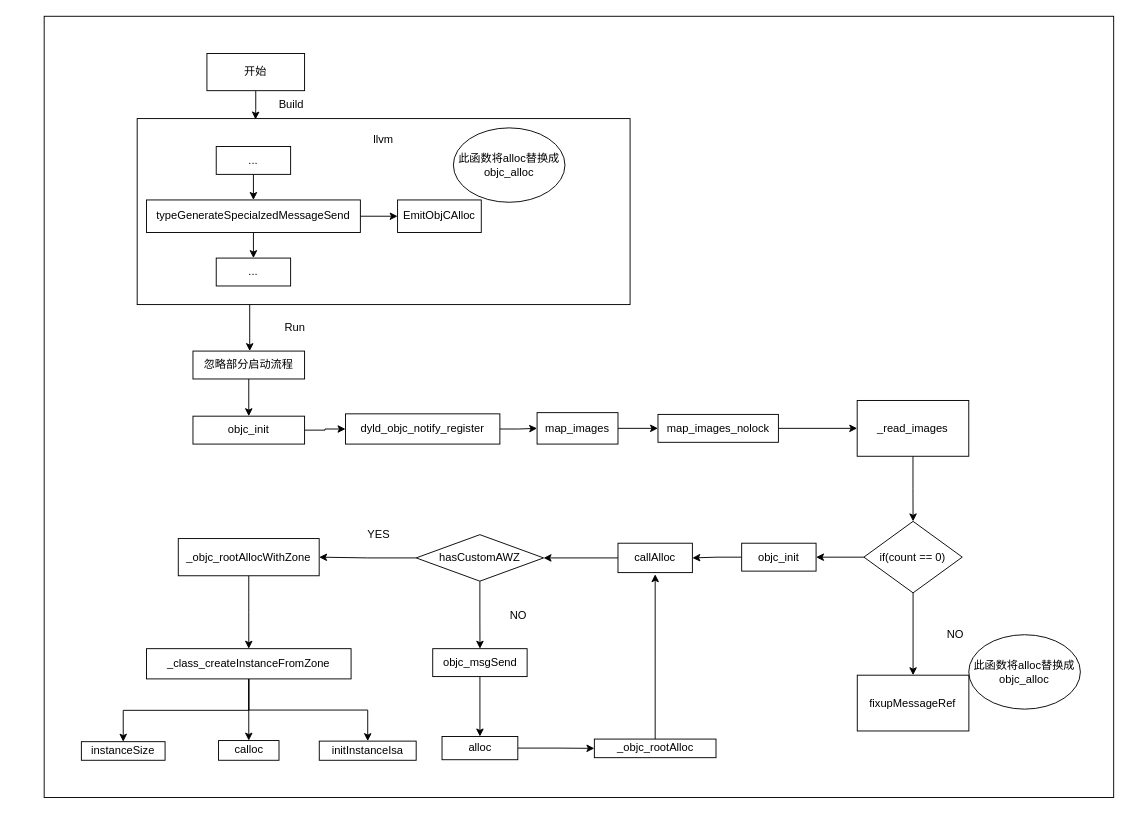
xianquan1/FlowChart keeps this draw.io diagram as Untitled Diagram.drawio. Above is the earlier version. Source tidied: cells renumbered, new cells numbered last; positions are measured from the earlier drawing's top-left corner, leaving out a move shared by most shapes. Both pictures are drawn from the tidied source at 93%, with x=0, y=0 at pixel (44, 16).
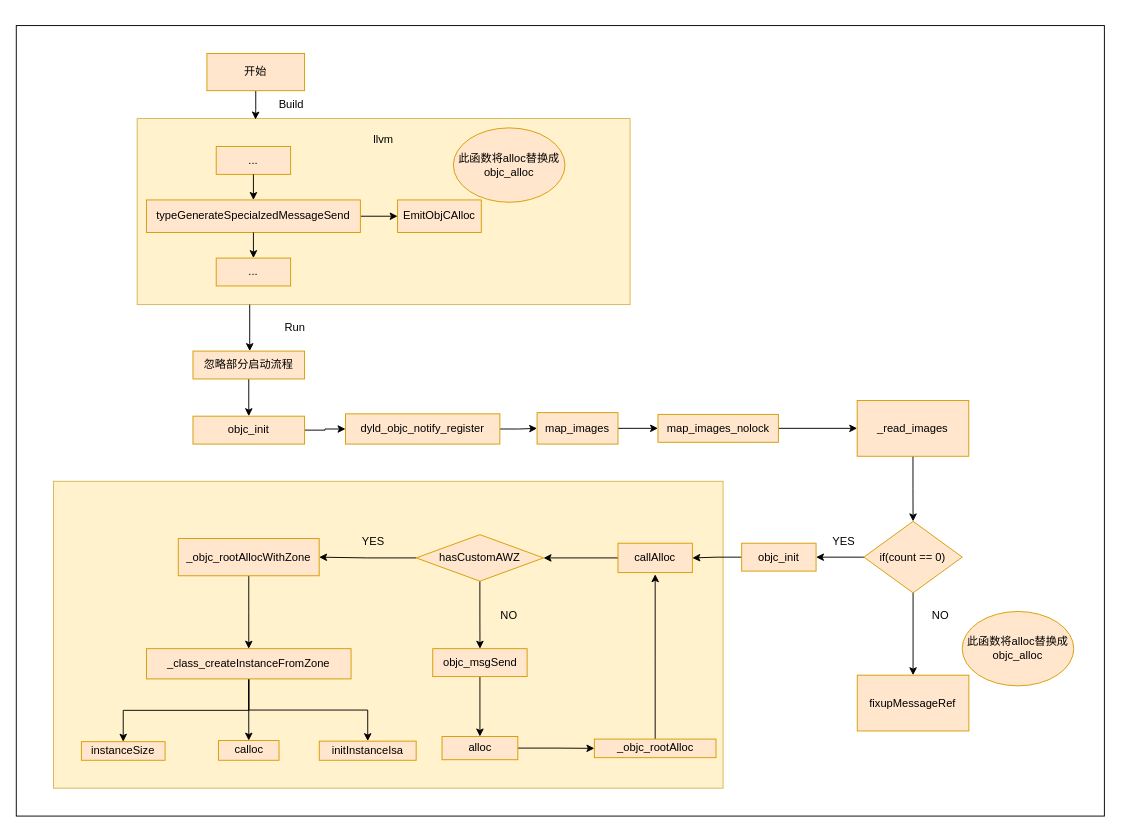
The same page after the edit.

Diff of the diagram source:
```diff
@@
-    <mxCell id="2" style="rounded=0;whiteSpace=wrap;html=1;" parent="1" vertex="1">
-      <mxGeometry width="1150" height="840" as="geometry" />
-    </mxCell>
+    <mxCell id="61" style="rounded=0;whiteSpace=wrap;html=1;" parent="1" vertex="1">
+      <mxGeometry x="-30" y="10" width="1170" height="850" as="geometry" />
+    </mxCell>
+    <mxCell id="62" style="rounded=0;whiteSpace=wrap;html=1;fillColor=#fff2cc;strokeColor=#d6b656;" parent="1" vertex="1">
+      <mxGeometry x="10" y="500" width="720" height="330" as="geometry" />
+    </mxCell>
-    <mxCell id="3" style="rounded=0;whiteSpace=wrap;html=1;" parent="1" vertex="1">
+    <mxCell id="3" style="rounded=0;whiteSpace=wrap;html=1;fillColor=#fff2cc;strokeColor=#d6b656;" parent="1" vertex="1">
       <mxGeometry x="100" y="110" width="530" height="200" as="geometry" />
     </mxCell>
-    <mxCell id="4" value="EmitObjCAlloc" style="rounded=0;whiteSpace=wrap;html=1;" parent="1" vertex="1">
+    <mxCell id="4" value="EmitObjCAlloc" style="rounded=0;whiteSpace=wrap;html=1;fillColor=#ffe6cc;strokeColor=#d79b00;" parent="1" vertex="1">
       <mxGeometry x="380" y="197.5" width="90" height="35" as="geometry" />
     </mxCell>
@@
-    <mxCell id="6" value="typeGenerateSpecialzedMessageSend" style="rounded=0;whiteSpace=wrap;html=1;" parent="1" vertex="1">
+    <mxCell id="6" value="typeGenerateSpecialzedMessageSend" style="rounded=0;whiteSpace=wrap;html=1;fillColor=#ffe6cc;strokeColor=#d79b00;" parent="1" vertex="1">
       <mxGeometry x="110" y="197.5" width="230" height="35" as="geometry" />
     </mxCell>
@@
-    <mxCell id="8" value="此函数将alloc替换成objc_alloc" style="ellipse;whiteSpace=wrap;html=1;" parent="1" vertex="1">
+    <mxCell id="8" value="此函数将alloc替换成objc_alloc" style="ellipse;whiteSpace=wrap;html=1;fillColor=#ffe6cc;strokeColor=#d79b00;" parent="1" vertex="1">
       <mxGeometry x="440" y="120" width="120" height="80" as="geometry" />
     </mxCell>
-    <mxCell id="9" value="..." style="rounded=0;whiteSpace=wrap;html=1;" parent="1" vertex="1">
+    <mxCell id="9" value="..." style="rounded=0;whiteSpace=wrap;html=1;fillColor=#ffe6cc;strokeColor=#d79b00;" parent="1" vertex="1">
       <mxGeometry x="185" y="140" width="80" height="30" as="geometry" />
     </mxCell>
@@
-    <mxCell id="12" value="..." style="rounded=0;whiteSpace=wrap;html=1;" parent="1" vertex="1">
+    <mxCell id="12" value="..." style="rounded=0;whiteSpace=wrap;html=1;fillColor=#ffe6cc;strokeColor=#d79b00;" parent="1" vertex="1">
       <mxGeometry x="185" y="260" width="80" height="30" as="geometry" />
     </mxCell>
@@
-    <mxCell id="16" value="忽略部分启动流程" style="rounded=0;whiteSpace=wrap;html=1;" parent="1" vertex="1">
+    <mxCell id="16" value="忽略部分启动流程" style="rounded=0;whiteSpace=wrap;html=1;fillColor=#ffe6cc;strokeColor=#d79b00;" parent="1" vertex="1">
       <mxGeometry x="160" y="360" width="120" height="30" as="geometry" />
     </mxCell>
@@
-    <mxCell id="18" value="objc_init" style="whiteSpace=wrap;html=1;rounded=0;" parent="1" vertex="1">
+    <mxCell id="18" value="objc_init" style="whiteSpace=wrap;html=1;rounded=0;fillColor=#ffe6cc;strokeColor=#d79b00;" parent="1" vertex="1">
       <mxGeometry x="160" y="430" width="120" height="30" as="geometry" />
     </mxCell>
@@
-    <mxCell id="21" value="dyld_objc_notify_register" style="whiteSpace=wrap;html=1;rounded=0;" parent="1" vertex="1">
+    <mxCell id="21" value="dyld_objc_notify_register" style="whiteSpace=wrap;html=1;rounded=0;fillColor=#ffe6cc;strokeColor=#d79b00;" parent="1" vertex="1">
       <mxGeometry x="324" y="427.5" width="166" height="32.5" as="geometry" />
     </mxCell>
@@
-    <mxCell id="23" value="map_images" style="whiteSpace=wrap;html=1;rounded=0;" parent="1" vertex="1">
+    <mxCell id="23" value="map_images" style="whiteSpace=wrap;html=1;rounded=0;fillColor=#ffe6cc;strokeColor=#d79b00;" parent="1" vertex="1">
       <mxGeometry x="530" y="426.2" width="87" height="33.8" as="geometry" />
     </mxCell>
@@
-    <mxCell id="25" value="map_images_nolock" style="whiteSpace=wrap;html=1;rounded=0;" parent="1" vertex="1">
+    <mxCell id="25" value="map_images_nolock" style="whiteSpace=wrap;html=1;rounded=0;fillColor=#ffe6cc;strokeColor=#d79b00;" parent="1" vertex="1">
       <mxGeometry x="660" y="428.1" width="129.5" height="30" as="geometry" />
     </mxCell>
@@
-    <mxCell id="27" value="_read_images" style="whiteSpace=wrap;html=1;rounded=0;" parent="1" vertex="1">
+    <mxCell id="27" value="_read_images" style="whiteSpace=wrap;html=1;rounded=0;fillColor=#ffe6cc;strokeColor=#d79b00;" parent="1" vertex="1">
       <mxGeometry x="874.2" y="413.1" width="120" height="60" as="geometry" />
     </mxCell>
@@
-    <mxCell id="30" value="if(count == 0)" style="rhombus;whiteSpace=wrap;html=1;rounded=0;" parent="1" vertex="1">
+    <mxCell id="30" value="if(count == 0)" style="rhombus;whiteSpace=wrap;html=1;rounded=0;fillColor=#ffe6cc;strokeColor=#d79b00;" parent="1" vertex="1">
       <mxGeometry x="881.4" y="543.1" width="105.8" height="76.9" as="geometry" />
     </mxCell>
-    <mxCell id="31" value="fixupMessageRef" style="whiteSpace=wrap;html=1;rounded=0;" parent="1" vertex="1">
+    <mxCell id="31" value="fixupMessageRef" style="whiteSpace=wrap;html=1;rounded=0;fillColor=#ffe6cc;strokeColor=#d79b00;" parent="1" vertex="1">
       <mxGeometry x="874.3" y="708.5" width="120" height="60" as="geometry" />
     </mxCell>
     <mxCell id="32" value="NO" style="text;html=1;strokeColor=none;fillColor=none;align=center;verticalAlign=middle;whiteSpace=wrap;rounded=0;" parent="1" vertex="1">
-      <mxGeometry x="950" y="650" width="60" height="30" as="geometry" />
+      <mxGeometry x="934.3" y="630" width="60" height="30" as="geometry" />
     </mxCell>
@@
-    <mxCell id="34" value="objc_init" style="whiteSpace=wrap;html=1;rounded=0;" parent="1" vertex="1">
+    <mxCell id="34" value="objc_init" style="whiteSpace=wrap;html=1;rounded=0;fillColor=#ffe6cc;strokeColor=#d79b00;" parent="1" vertex="1">
       <mxGeometry x="750" y="566.6" width="80" height="30" as="geometry" />
     </mxCell>
@@
-    <mxCell id="36" value="callAlloc" style="whiteSpace=wrap;html=1;rounded=0;" parent="1" vertex="1">
+    <mxCell id="36" value="callAlloc" style="whiteSpace=wrap;html=1;rounded=0;fillColor=#ffe6cc;strokeColor=#d79b00;" parent="1" vertex="1">
       <mxGeometry x="617" y="566.6" width="80" height="31.6" as="geometry" />
     </mxCell>
@@
-    <mxCell id="39" value="hasCustomAWZ" style="rhombus;whiteSpace=wrap;html=1;rounded=0;" parent="1" vertex="1">
+    <mxCell id="39" value="hasCustomAWZ" style="rhombus;whiteSpace=wrap;html=1;rounded=0;fillColor=#ffe6cc;strokeColor=#d79b00;" parent="1" vertex="1">
       <mxGeometry x="400" y="557.4" width="137" height="50" as="geometry" />
     </mxCell>
@@
-    <mxCell id="41" value="objc_msgSend" style="whiteSpace=wrap;html=1;rounded=0;" parent="1" vertex="1">
+    <mxCell id="41" value="objc_msgSend" style="whiteSpace=wrap;html=1;rounded=0;fillColor=#ffe6cc;strokeColor=#d79b00;" parent="1" vertex="1">
       <mxGeometry x="417.8" y="680" width="101.5" height="30" as="geometry" />
     </mxCell>
     <mxCell id="42" value="NO" style="text;html=1;strokeColor=none;fillColor=none;align=center;verticalAlign=middle;whiteSpace=wrap;rounded=0;" parent="1" vertex="1">
-      <mxGeometry x="480" y="630" width="60" height="30" as="geometry" />
+      <mxGeometry x="470" y="630" width="60" height="30" as="geometry" />
     </mxCell>
@@
-    <mxCell id="44" value="_objc_rootAllocWithZone" style="whiteSpace=wrap;html=1;rounded=0;" parent="1" vertex="1">
+    <mxCell id="44" value="_objc_rootAllocWithZone" style="whiteSpace=wrap;html=1;rounded=0;fillColor=#ffe6cc;strokeColor=#d79b00;" parent="1" vertex="1">
       <mxGeometry x="144.2" y="561.6" width="151.5" height="40" as="geometry" />
     </mxCell>
     <mxCell id="45" value="YES" style="text;html=1;strokeColor=none;fillColor=none;align=center;verticalAlign=middle;whiteSpace=wrap;rounded=0;" parent="1" vertex="1">
-      <mxGeometry x="330" y="543.1" width="60" height="30" as="geometry" />
+      <mxGeometry x="324" y="550" width="60" height="30" as="geometry" />
     </mxCell>
@@
-    <mxCell id="47" value="alloc" style="whiteSpace=wrap;html=1;rounded=0;" parent="1" vertex="1">
+    <mxCell id="47" value="alloc" style="whiteSpace=wrap;html=1;rounded=0;fillColor=#ffe6cc;strokeColor=#d79b00;" parent="1" vertex="1">
       <mxGeometry x="427.8" y="774.4" width="81.5" height="25" as="geometry" />
     </mxCell>
@@
-    <mxCell id="49" value="_objc_rootAlloc" style="whiteSpace=wrap;html=1;rounded=0;" parent="1" vertex="1">
+    <mxCell id="49" value="_objc_rootAlloc" style="whiteSpace=wrap;html=1;rounded=0;fillColor=#ffe6cc;strokeColor=#d79b00;" parent="1" vertex="1">
       <mxGeometry x="591.6" y="777.2" width="130.8" height="20" as="geometry" />
     </mxCell>
@@
-    <mxCell id="53" value="_class_createInstanceFromZone" style="whiteSpace=wrap;html=1;rounded=0;" parent="1" vertex="1">
+    <mxCell id="53" value="_class_createInstanceFromZone" style="whiteSpace=wrap;html=1;rounded=0;fillColor=#ffe6cc;strokeColor=#d79b00;" parent="1" vertex="1">
       <mxGeometry x="110" y="680" width="220" height="32.5" as="geometry" />
     </mxCell>
-    <mxCell id="54" value="calloc" style="whiteSpace=wrap;html=1;rounded=0;" parent="1" vertex="1">
+    <mxCell id="54" value="calloc" style="whiteSpace=wrap;html=1;rounded=0;fillColor=#ffe6cc;strokeColor=#d79b00;" parent="1" vertex="1">
       <mxGeometry x="187.5" y="778.8" width="65" height="21.2" as="geometry" />
     </mxCell>
-    <mxCell id="55" value="instanceSize" style="whiteSpace=wrap;html=1;rounded=0;" parent="1" vertex="1">
+    <mxCell id="55" value="instanceSize" style="whiteSpace=wrap;html=1;rounded=0;fillColor=#ffe6cc;strokeColor=#d79b00;" parent="1" vertex="1">
       <mxGeometry x="40" y="780" width="90" height="20" as="geometry" />
     </mxCell>
-    <mxCell id="56" value="initInstanceIsa" style="whiteSpace=wrap;html=1;rounded=0;" parent="1" vertex="1">
+    <mxCell id="56" value="initInstanceIsa" style="whiteSpace=wrap;html=1;rounded=0;fillColor=#ffe6cc;strokeColor=#d79b00;" parent="1" vertex="1">
       <mxGeometry x="295.8" y="779.4" width="104.2" height="20.6" as="geometry" />
     </mxCell>
@@
-    <mxCell id="58" value="开始" style="rounded=0;whiteSpace=wrap;html=1;" parent="1" vertex="1">
+    <mxCell id="58" value="开始" style="rounded=0;whiteSpace=wrap;html=1;fillColor=#ffe6cc;strokeColor=#d79b00;" parent="1" vertex="1">
       <mxGeometry x="175" y="40" width="105" height="40" as="geometry" />
     </mxCell>
@@
-    <mxCell id="60" value="此函数将alloc替换成objc_alloc" style="ellipse;whiteSpace=wrap;html=1;" parent="1" vertex="1">
-      <mxGeometry x="994.2" y="665" width="120" height="80" as="geometry" />
+    <mxCell id="60" value="此函数将alloc替换成objc_alloc" style="ellipse;whiteSpace=wrap;html=1;fillColor=#ffe6cc;strokeColor=#d79b00;" parent="1" vertex="1">
+      <mxGeometry x="987.1" y="640" width="120" height="80" as="geometry" />
     </mxCell>
+    <mxCell id="63" value="YES" style="text;html=1;strokeColor=none;fillColor=none;align=center;verticalAlign=middle;whiteSpace=wrap;rounded=0;" parent="1" vertex="1">
+      <mxGeometry x="830" y="550" width="60" height="30" as="geometry" />
+    </mxCell>
```
